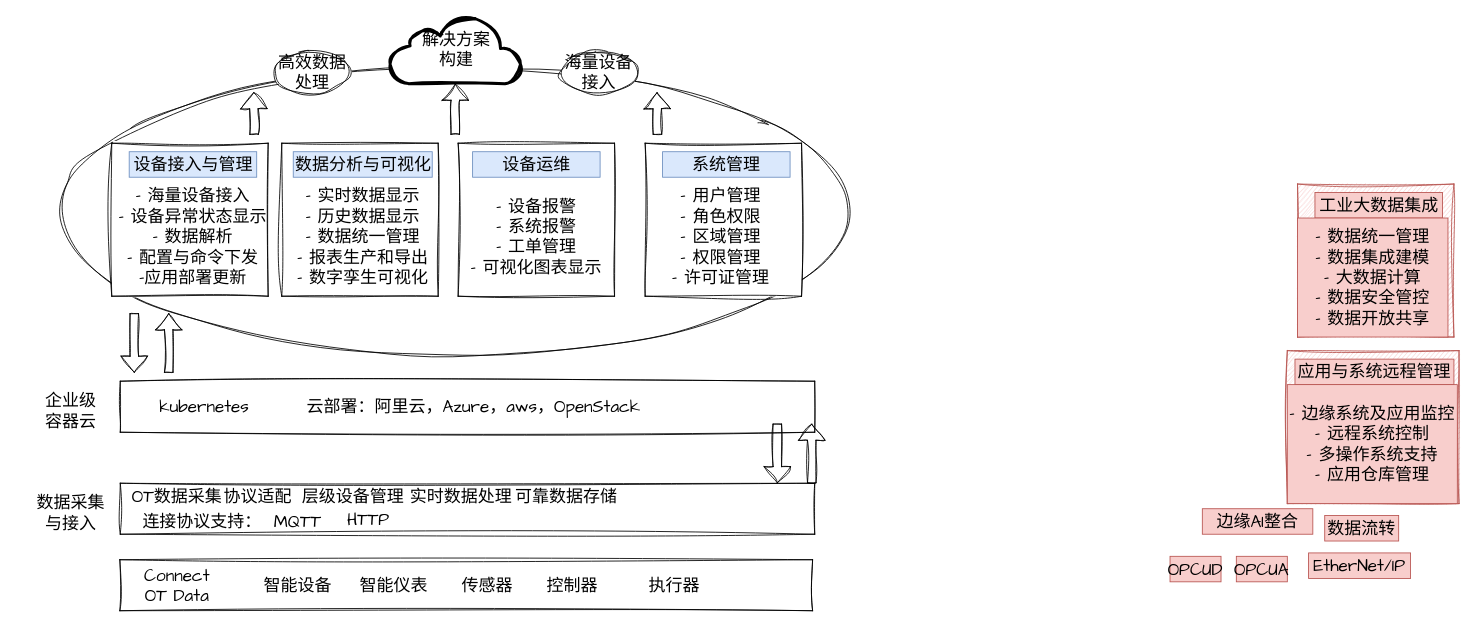
Above: page "IoTSuite" (3 of 3) of qiwu.drawio in viking-wj/software (draw.io), before the change. Source tidied: cells renumbered, new cells numbered last; positions are measured from the earlier drawing's top-left corner, leaving out a move shared by most shapes. Both pictures are drawn from the tidied source at 85%, with x=0, y=0 at pixel (24, 15).
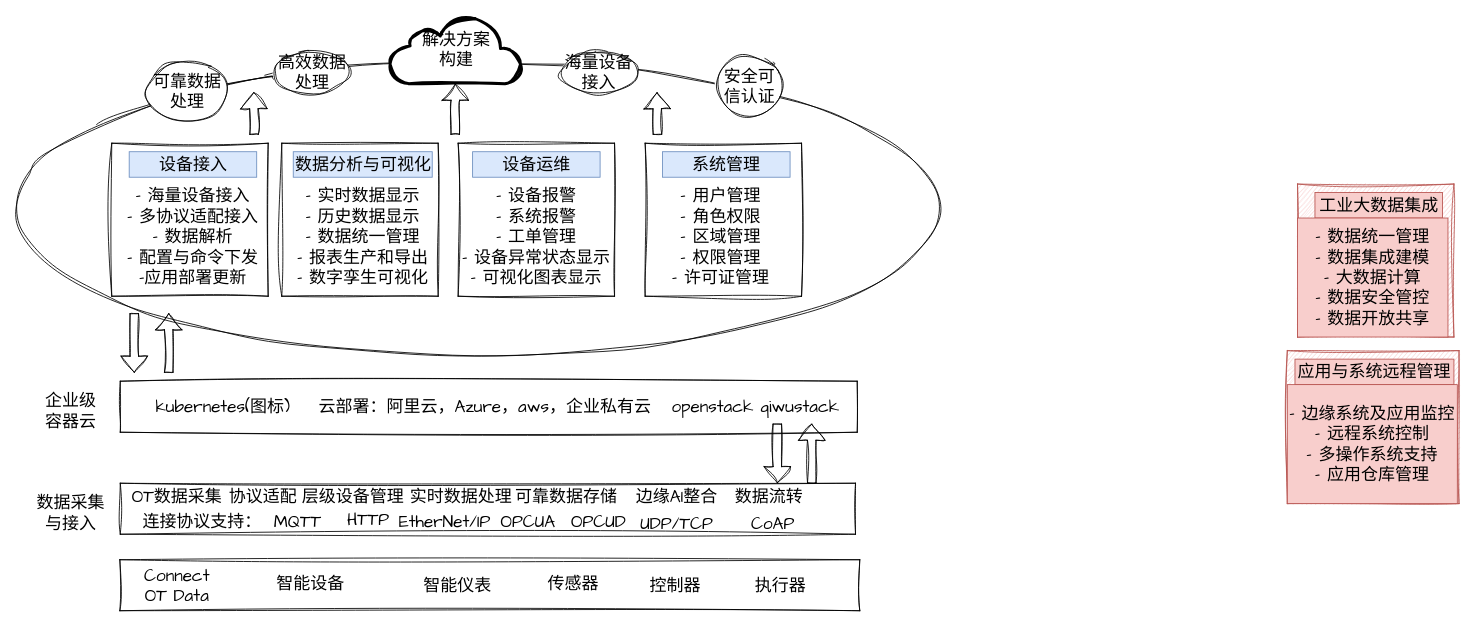
After the change.

Unchanged cells that the change refers to:
```xml
<mxCell id="31" value="设备运维" style="text;html=1;strokeColor=#6c8ebf;fillColor=#dae8fc;align=center;verticalAlign=middle;whiteSpace=wrap;rounded=0;fontSize=20;fontFamily=Architects Daughter;" parent="1" vertex="1">
  <mxGeometry x="527.5" y="160" width="150" height="30" as="geometry" />
</mxCell>
```

Change to the diagram source:
```diff
@@
     <mxCell id="2" style="ellipse;whiteSpace=wrap;html=1;sketch=1;hachureGap=4;jiggle=2;curveFitting=1;fontFamily=Architects Daughter;fontSize=20;" parent="1" vertex="1">
-      <mxGeometry x="43" y="60" width="928" height="340" as="geometry" />
+      <mxGeometry x="-11" y="54" width="1087" height="346" as="geometry" />
     </mxCell>
     <mxCell id="3" style="rounded=0;whiteSpace=wrap;html=1;sketch=1;hachureGap=4;jiggle=2;curveFitting=1;fontFamily=Architects Daughter;fontSize=20;" parent="1" vertex="1">
-      <mxGeometry x="112.5" y="640" width="815" height="60" as="geometry" />
+      <mxGeometry x="112.5" y="640" width="870.5" height="60" as="geometry" />
     </mxCell>
@@
     <mxCell id="5" value="智能设备" style="text;html=1;strokeColor=none;fillColor=none;align=center;verticalAlign=middle;whiteSpace=wrap;rounded=0;fontSize=20;fontFamily=Architects Daughter;" parent="1" vertex="1">
-      <mxGeometry x="277" y="655" width="90" height="30" as="geometry" />
+      <mxGeometry x="292" y="652.5" width="90" height="30" as="geometry" />
     </mxCell>
     <mxCell id="6" value="智能仪表" style="text;html=1;strokeColor=none;fillColor=none;align=center;verticalAlign=middle;whiteSpace=wrap;rounded=0;fontSize=20;fontFamily=Architects Daughter;" parent="1" vertex="1">
-      <mxGeometry x="390" y="655" width="90" height="30" as="geometry" />
+      <mxGeometry x="465" y="655" width="90" height="30" as="geometry" />
     </mxCell>
     <mxCell id="7" value="传感器" style="text;html=1;strokeColor=none;fillColor=none;align=center;verticalAlign=middle;whiteSpace=wrap;rounded=0;fontSize=20;fontFamily=Architects Daughter;" parent="1" vertex="1">
-      <mxGeometry x="500" y="657.5" width="90" height="25" as="geometry" />
+      <mxGeometry x="601" y="655" width="90" height="25" as="geometry" />
     </mxCell>
     <mxCell id="8" value="控制器" style="text;html=1;strokeColor=none;fillColor=none;align=center;verticalAlign=middle;whiteSpace=wrap;rounded=0;fontSize=20;fontFamily=Architects Daughter;" parent="1" vertex="1">
-      <mxGeometry x="610" y="655" width="70" height="30" as="geometry" />
+      <mxGeometry x="730.5" y="655" width="70" height="30" as="geometry" />
     </mxCell>
     <mxCell id="9" value="执行器" style="text;html=1;strokeColor=none;fillColor=none;align=center;verticalAlign=middle;whiteSpace=wrap;rounded=0;fontSize=20;fontFamily=Architects Daughter;" parent="1" vertex="1">
-      <mxGeometry x="730" y="655" width="70" height="30" as="geometry" />
+      <mxGeometry x="855" y="655" width="70" height="30" as="geometry" />
     </mxCell>
     <mxCell id="10" style="rounded=0;whiteSpace=wrap;html=1;sketch=1;hachureGap=4;jiggle=2;curveFitting=1;fontFamily=Architects Daughter;fontSize=20;" parent="1" vertex="1">
-      <mxGeometry x="113" y="550" width="817" height="60" as="geometry" />
+      <mxGeometry x="113" y="550" width="865" height="60" as="geometry" />
     </mxCell>
@@
     <mxCell id="15" value="协议适配" style="text;html=1;strokeColor=none;fillColor=none;align=center;verticalAlign=middle;whiteSpace=wrap;rounded=0;fontSize=20;fontFamily=Architects Daughter;" parent="1" vertex="1">
-      <mxGeometry x="230" y="550" width="90" height="30" as="geometry" />
+      <mxGeometry x="236" y="550" width="90" height="30" as="geometry" />
     </mxCell>
@@
     <mxCell id="20" style="rounded=0;whiteSpace=wrap;html=1;sketch=1;hachureGap=4;jiggle=2;curveFitting=1;fontFamily=Architects Daughter;fontSize=20;" parent="1" vertex="1">
-      <mxGeometry x="113" y="430" width="817" height="60" as="geometry" />
+      <mxGeometry x="113" y="430" width="867" height="60" as="geometry" />
     </mxCell>
@@
-    <mxCell id="22" value="kubernetes" style="text;html=1;strokeColor=none;fillColor=none;align=center;verticalAlign=middle;whiteSpace=wrap;rounded=0;fontSize=20;fontFamily=Architects Daughter;" parent="1" vertex="1">
-      <mxGeometry x="150.5" y="445" width="122" height="30" as="geometry" />
+    <mxCell id="22" value="kubernetes(图标)" style="text;html=1;strokeColor=none;fillColor=none;align=center;verticalAlign=middle;whiteSpace=wrap;rounded=0;fontSize=20;fontFamily=Architects Daughter;" parent="1" vertex="1">
+      <mxGeometry x="150.5" y="445" width="165.5" height="30" as="geometry" />
     </mxCell>
-    <mxCell id="23" value="云部署：阿里云，Azure，aws，OpenStack" style="text;html=1;strokeColor=none;fillColor=none;align=center;verticalAlign=middle;whiteSpace=wrap;rounded=0;fontSize=20;fontFamily=Architects Daughter;" parent="1" vertex="1">
-      <mxGeometry x="278" y="445" width="502" height="30" as="geometry" />
+    <mxCell id="23" value="云部署：阿里云，Azure，aws，企业私有云&amp;nbsp; &amp;nbsp;openstack qiwustack" style="text;html=1;strokeColor=none;fillColor=none;align=center;verticalAlign=middle;whiteSpace=wrap;rounded=0;fontSize=20;fontFamily=Architects Daughter;" parent="1" vertex="1">
+      <mxGeometry x="339" y="445" width="628" height="30" as="geometry" />
     </mxCell>
@@
-    <mxCell id="25" value="设备接入与管理" style="text;html=1;strokeColor=#6c8ebf;fillColor=#dae8fc;align=center;verticalAlign=middle;whiteSpace=wrap;rounded=0;fontSize=20;fontFamily=Architects Daughter;" parent="1" vertex="1">
+    <mxCell id="25" value="设备接入" style="text;html=1;strokeColor=#6c8ebf;fillColor=#dae8fc;align=center;verticalAlign=middle;whiteSpace=wrap;rounded=0;fontSize=20;fontFamily=Architects Daughter;" parent="1" vertex="1">
       <mxGeometry x="123.5" y="160" width="150" height="30" as="geometry" />
     </mxCell>
-    <mxCell id="26" value="- 海量设备接入&lt;br&gt;- 设备异常状态显示&lt;br&gt;- 数据解析&lt;br&gt;- 配置与命令下发&lt;br&gt;-应用部署更新" style="text;html=1;strokeColor=none;fillColor=none;align=center;verticalAlign=middle;whiteSpace=wrap;rounded=0;fontSize=20;fontFamily=Architects Daughter;" parent="1" vertex="1">
+    <mxCell id="26" value="- 海量设备接入&lt;br&gt;- 多协议适配接入&lt;br&gt;- 数据解析&lt;br&gt;- 配置与命令下发&lt;br&gt;-应用部署更新" style="text;html=1;strokeColor=none;fillColor=none;align=center;verticalAlign=middle;whiteSpace=wrap;rounded=0;fontSize=20;fontFamily=Architects Daughter;" parent="1" vertex="1">
       <mxGeometry x="110" y="190" width="177" height="140" as="geometry" />
     </mxCell>
@@
+    <mxCell id="57" style="edgeStyle=none;shape=flexArrow;rounded=0;sketch=1;hachureGap=4;jiggle=2;curveFitting=1;jettySize=auto;html=1;fontFamily=Architects Daughter;fontSize=16;" parent="1" edge="1" source="31" target="32">
+      <mxGeometry relative="1" as="geometry" />
+    </mxCell>
@@
-    <mxCell id="32" value="- 设备报警&lt;br&gt;- 系统报警&lt;br&gt;- 工单管理&lt;br&gt;- 可视化图表显示" style="text;html=1;strokeColor=none;fillColor=none;align=center;verticalAlign=middle;whiteSpace=wrap;rounded=0;fontSize=20;fontFamily=Architects Daughter;" parent="1" vertex="1">
+    <mxCell id="32" value="- 设备报警&lt;br&gt;- 系统报警&lt;br&gt;- 工单管理&lt;br&gt;- 设备异常状态显示&lt;br&gt;- 可视化图表显示" style="text;html=1;strokeColor=none;fillColor=none;align=center;verticalAlign=middle;whiteSpace=wrap;rounded=0;fontSize=20;fontFamily=Architects Daughter;" parent="1" vertex="1">
       <mxGeometry x="514" y="190" width="177" height="140" as="geometry" />
     </mxCell>
@@
-    <mxCell id="46" value="OPCUA" style="text;html=1;strokeColor=#b85450;fillColor=#f8cecc;align=center;verticalAlign=middle;whiteSpace=wrap;rounded=0;fontSize=20;fontFamily=Architects Daughter;" parent="1" vertex="1">
-      <mxGeometry x="1426" y="636" width="60" height="30" as="geometry" />
+    <mxCell id="46" value="OPCUA" style="text;html=1;align=center;verticalAlign=middle;whiteSpace=wrap;rounded=0;fontSize=20;fontFamily=Architects Daughter;" parent="1" vertex="1">
+      <mxGeometry x="563" y="580" width="60" height="30" as="geometry" />
     </mxCell>
-    <mxCell id="47" value="OPCUD" style="text;html=1;strokeColor=#b85450;fillColor=#f8cecc;align=center;verticalAlign=middle;whiteSpace=wrap;rounded=0;fontSize=20;fontFamily=Architects Daughter;" parent="1" vertex="1">
-      <mxGeometry x="1348" y="636" width="60" height="30" as="geometry" />
+    <mxCell id="47" value="OPCUD" style="text;html=1;align=center;verticalAlign=middle;whiteSpace=wrap;rounded=0;fontSize=20;fontFamily=Architects Daughter;" parent="1" vertex="1">
+      <mxGeometry x="646" y="580" width="60" height="30" as="geometry" />
     </mxCell>
-    <mxCell id="48" value="EtherNet/IP" style="text;html=1;strokeColor=#b85450;fillColor=#f8cecc;align=center;verticalAlign=middle;whiteSpace=wrap;rounded=0;fontSize=20;fontFamily=Architects Daughter;" parent="1" vertex="1">
-      <mxGeometry x="1511" y="632" width="120" height="30" as="geometry" />
+    <mxCell id="48" value="EtherNet/IP" style="text;html=1;align=center;verticalAlign=middle;whiteSpace=wrap;rounded=0;fontSize=20;fontFamily=Architects Daughter;" parent="1" vertex="1">
+      <mxGeometry x="435" y="580" width="120" height="30" as="geometry" />
     </mxCell>
-    <mxCell id="49" value="边缘AI整合" style="text;html=1;strokeColor=#b85450;fillColor=#f8cecc;align=center;verticalAlign=middle;whiteSpace=wrap;rounded=0;fontSize=20;fontFamily=Architects Daughter;" parent="1" vertex="1">
-      <mxGeometry x="1386" y="580" width="130" height="30" as="geometry" />
+    <mxCell id="49" value="边缘AI整合" style="text;html=1;align=center;verticalAlign=middle;whiteSpace=wrap;rounded=0;fontSize=20;fontFamily=Architects Daughter;" parent="1" vertex="1">
+      <mxGeometry x="702.5" y="550" width="130" height="30" as="geometry" />
     </mxCell>
-    <mxCell id="50" value="数据流转" style="text;html=1;strokeColor=#b85450;fillColor=#f8cecc;align=center;verticalAlign=middle;whiteSpace=wrap;rounded=0;fontSize=20;fontFamily=Architects Daughter;" parent="1" vertex="1">
-      <mxGeometry x="1530" y="588" width="87" height="30" as="geometry" />
+    <mxCell id="50" value="数据流转" style="text;html=1;align=center;verticalAlign=middle;whiteSpace=wrap;rounded=0;fontSize=20;fontFamily=Architects Daughter;" parent="1" vertex="1">
+      <mxGeometry x="832.5" y="550" width="87" height="30" as="geometry" />
     </mxCell>
@@
+    <mxCell id="58" value="UDP/TCP" style="text;html=1;align=center;verticalAlign=middle;whiteSpace=wrap;rounded=0;fontSize=20;fontFamily=Architects Daughter;" parent="1" vertex="1">
+      <mxGeometry x="715.5" y="582" width="104" height="30" as="geometry" />
+    </mxCell>
+    <mxCell id="59" value="CoAP" style="text;html=1;align=center;verticalAlign=middle;whiteSpace=wrap;rounded=0;fontSize=20;fontFamily=Architects Daughter;" parent="1" vertex="1">
+      <mxGeometry x="829" y="582" width="104" height="30" as="geometry" />
+    </mxCell>
+    <mxCell id="60" value="可靠数据处理" style="ellipse;whiteSpace=wrap;html=1;sketch=1;hachureGap=4;jiggle=2;curveFitting=1;fontFamily=Architects Daughter;fontSize=20;" parent="1" vertex="1">
+      <mxGeometry x="142.5" y="54" width="97.5" height="69" as="geometry" />
+    </mxCell>
+    <mxCell id="61" value="安全可信认证" style="ellipse;whiteSpace=wrap;html=1;sketch=1;hachureGap=4;jiggle=2;curveFitting=1;fontFamily=Architects Daughter;fontSize=20;" parent="1" vertex="1">
+      <mxGeometry x="815" y="47" width="76.5" height="71.5" as="geometry" />
+    </mxCell>
```
